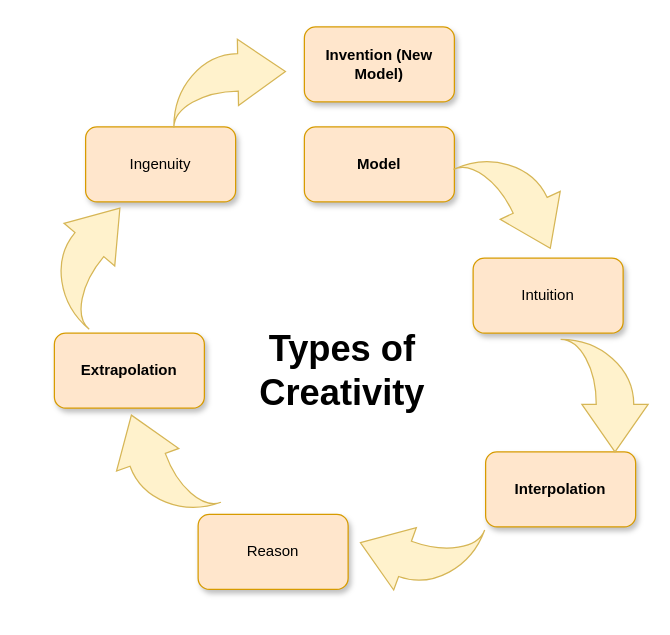
Earlier version of the draw.io diagram creativity_cycle.drawio (codeaudit/1). Source tidied: cells renumbered, new cells numbered last; positions are measured from the earlier drawing's top-left corner, leaving out a move shared by most shapes. Both pictures are drawn from the tidied source at 125%, with x=0, y=0 at pixel (35, 26).
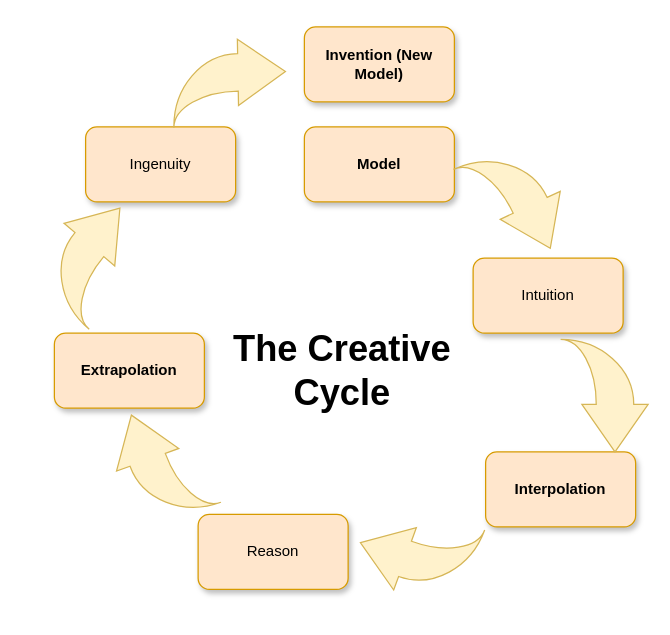
The same page after the edit.

Change to the diagram source:
```diff
@@
 <mxGraphModel background="#ffffff">
   <root>
     <mxCell id="0" />
     <mxCell id="1" parent="0" />
     <mxCell id="2" value="&lt;b&gt;Invention (New Model)&lt;/b&gt;" style="rounded=1;whiteSpace=wrap;html=1;shadow=1;strokeColor=#d79b00;fillColor=#ffe6cc;align=center;" parent="1" vertex="1">
       <mxGeometry x="215" width="120" height="60" as="geometry" />
     </mxCell>
     <mxCell id="3" value="&lt;b&gt;Model&lt;/b&gt;" style="rounded=1;whiteSpace=wrap;html=1;shadow=1;strokeColor=#d79b00;fillColor=#ffe6cc;align=center;" parent="1" vertex="1">
       <mxGeometry x="215" y="80" width="120" height="60" as="geometry" />
     </mxCell>
     <mxCell id="4" value="Intuition" style="rounded=1;whiteSpace=wrap;html=1;shadow=1;strokeColor=#d79b00;fillColor=#ffe6cc;align=center;" parent="1" vertex="1">
       <mxGeometry x="350" y="185" width="120" height="60" as="geometry" />
     </mxCell>
     <mxCell id="5" value="&lt;b&gt;Interpolation&lt;/b&gt;" style="rounded=1;whiteSpace=wrap;html=1;shadow=1;strokeColor=#d79b00;fillColor=#ffe6cc;align=center;" parent="1" vertex="1">
       <mxGeometry x="360" y="340" width="120" height="60" as="geometry" />
     </mxCell>
     <mxCell id="6" value="Reason" style="rounded=1;whiteSpace=wrap;html=1;shadow=1;strokeColor=#d79b00;fillColor=#ffe6cc;align=center;" parent="1" vertex="1">
       <mxGeometry x="130" y="390" width="120" height="60" as="geometry" />
     </mxCell>
     <mxCell id="7" value="&lt;b&gt;Extrapolation&lt;/b&gt;" style="rounded=1;whiteSpace=wrap;html=1;shadow=1;strokeColor=#d79b00;fillColor=#ffe6cc;align=center;" parent="1" vertex="1">
       <mxGeometry x="15" y="245" width="120" height="60" as="geometry" />
     </mxCell>
     <mxCell id="8" value="Ingenuity" style="rounded=1;whiteSpace=wrap;html=1;shadow=1;strokeColor=#d79b00;fillColor=#ffe6cc;align=center;" parent="1" vertex="1">
       <mxGeometry x="40" y="80" width="120" height="60" as="geometry" />
     </mxCell>
     <mxCell id="9" style="html=1;shadow=0;dashed=0;align=center;verticalAlign=middle;shape=mxgraph.arrows2.jumpInArrow;dy=15;dx=38;arrowHead=53;strokeColor=#d6b656;fillColor=#fff2cc;rotation=90;" parent="1" vertex="1">
       <mxGeometry x="410" y="260" width="90" height="70" as="geometry" />
     </mxCell>
     <mxCell id="10" style="html=1;shadow=0;dashed=0;align=center;verticalAlign=middle;shape=mxgraph.arrows2.jumpInArrow;dy=15;dx=38;arrowHead=53;strokeColor=#d6b656;fillColor=#fff2cc;rotation=-110;" parent="1" vertex="1">
       <mxGeometry x="55" y="315" width="90" height="70" as="geometry" />
     </mxCell>
     <mxCell id="11" style="html=1;shadow=0;dashed=0;align=center;verticalAlign=middle;shape=mxgraph.arrows2.jumpInArrow;dy=15;dx=38;arrowHead=53;strokeColor=#d6b656;fillColor=#fff2cc;rotation=-160;" parent="1" vertex="1">
       <mxGeometry x="260" y="385" width="90" height="70" as="geometry" />
     </mxCell>
     <mxCell id="12" style="html=1;shadow=0;dashed=0;align=center;verticalAlign=middle;shape=mxgraph.arrows2.jumpInArrow;dy=15;dx=38;arrowHead=53;strokeColor=#d6b656;fillColor=#fff2cc;rotation=65;" parent="1" vertex="1">
       <mxGeometry x="340" y="105" width="90" height="70" as="geometry" />
     </mxCell>
     <mxCell id="13" style="html=1;shadow=0;dashed=0;align=center;verticalAlign=middle;shape=mxgraph.arrows2.jumpInArrow;dy=15;dx=38;arrowHead=53;strokeColor=#d6b656;fillColor=#fff2cc;rotation=-50;" parent="1" vertex="1">
       <mxGeometry y="150" width="90" height="70" as="geometry" />
     </mxCell>
     <mxCell id="14" style="html=1;shadow=0;dashed=0;align=center;verticalAlign=middle;shape=mxgraph.arrows2.jumpInArrow;dy=15;dx=38;arrowHead=53;strokeColor=#d6b656;fillColor=#fff2cc;rotation=-1;" parent="1" vertex="1">
       <mxGeometry x="110" y="10" width="90" height="70" as="geometry" />
     </mxCell>
-    <mxCell id="15" value="&lt;font style=&quot;font-size: 29px&quot;&gt;&lt;b&gt;Types of&lt;br&gt;Creativity&lt;br&gt;&lt;/b&gt;&lt;/font&gt;" style="text;html=1;align=center;verticalAlign=middle;" parent="1" vertex="1">
-      <mxGeometry x="170" y="255" width="150" height="40" as="geometry" />
+    <mxCell id="15" value="&lt;font style=&quot;font-size: 29px&quot;&gt;&lt;b&gt;The Creative&lt;br&gt;Cycle&lt;br&gt;&lt;/b&gt;&lt;/font&gt;" style="text;html=1;align=center;verticalAlign=middle;" parent="1" vertex="1">
+      <mxGeometry x="150" y="255" width="190" height="40" as="geometry" />
     </mxCell>
   </root>
 </mxGraphModel>
```
